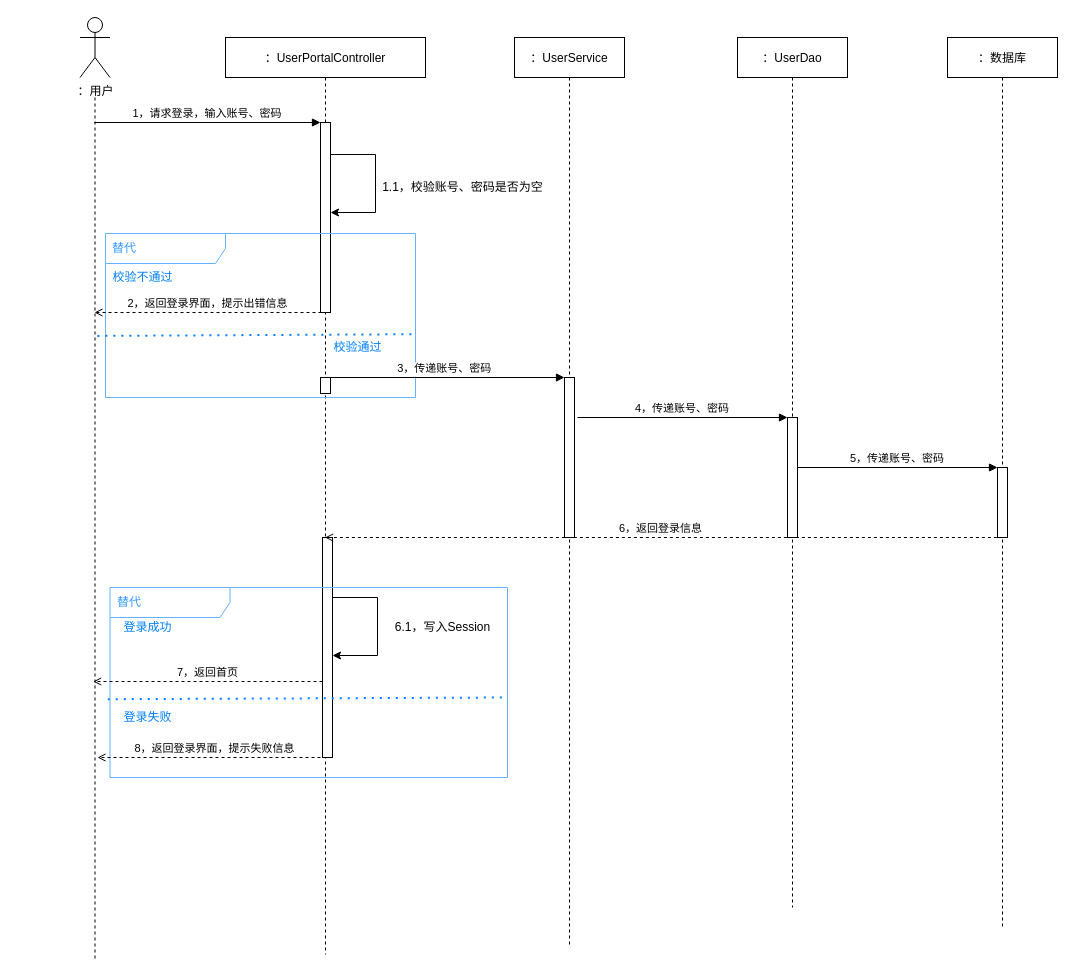
Above: Untitled Diagram.drawio in LMChen-git/image1 (draw.io), before the change. Source tidied: cells renumbered, new cells numbered last; positions are measured from the earlier drawing's top-left corner, leaving out a move shared by most shapes. Both pictures are drawn from the tidied source at 100%, with x=0, y=0 at pixel (17, 17).
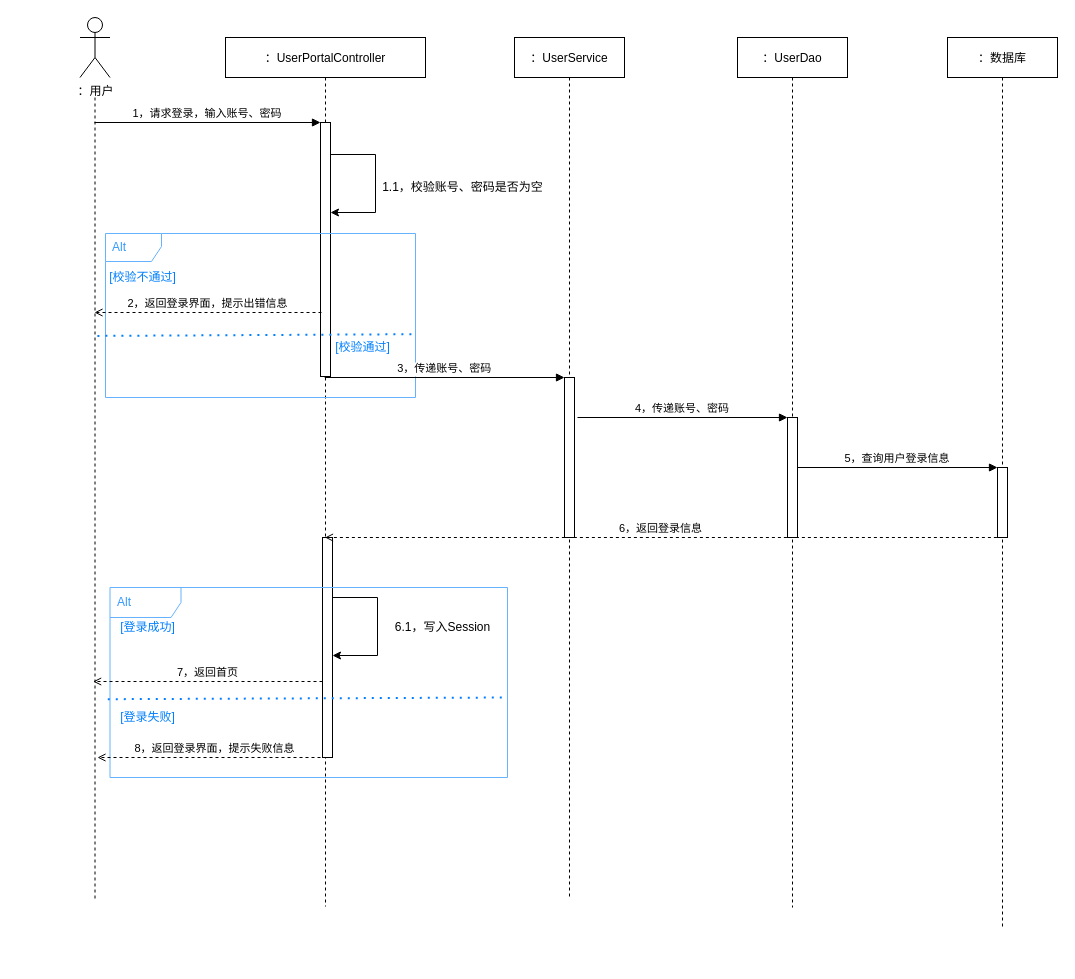
The same diagram, later.

Change to the diagram source:
```diff
@@
-<mxGraphModel background="#FFFFFF">
+<mxGraphModel>
@@
     <mxCell id="2" value="：UserPortalController" style="shape=umlLifeline;perimeter=lifelinePerimeter;rounded=0;shadow=0;strokeWidth=1;" parent="1" vertex="1">
-      <mxGeometry x="208" y="20" width="200" height="917" as="geometry" />
+      <mxGeometry x="208" y="20" width="200" height="869" as="geometry" />
     </mxCell>
     <mxCell id="3" style="points=[];perimeter=orthogonalPerimeter;rounded=0;shadow=0;strokeWidth=1;" parent="2" vertex="1">
-      <mxGeometry x="95" y="85" width="10" height="190" as="geometry" />
+      <mxGeometry x="95" y="85" width="10" height="254" as="geometry" />
     </mxCell>
@@
-    <mxCell id="5" value="&lt;font color=&quot;#3399ff&quot;&gt;替代&lt;/font&gt;" style="shape=umlFrame;whiteSpace=wrap;html=1;width=120;height=30;boundedLbl=1;verticalAlign=middle;align=left;spacingLeft=5;strokeColor=#66B2FF;" parent="2" vertex="1">
+    <mxCell id="5" value="&lt;font color=&quot;#3399ff&quot;&gt;Alt&lt;/font&gt;" style="shape=umlFrame;whiteSpace=wrap;html=1;width=56;height=28;boundedLbl=1;verticalAlign=middle;align=left;spacingLeft=5;strokeColor=#66B2FF;" parent="2" vertex="1">
       <mxGeometry x="-120" y="196" width="310" height="164" as="geometry" />
     </mxCell>
@@
-    <mxCell id="8" style="perimeter=orthogonalPerimeter;rounded=0;shadow=0;strokeWidth=1;" parent="2" vertex="1">
-      <mxGeometry x="95" y="340" width="10" height="16" as="geometry" />
-    </mxCell>
-    <mxCell id="9" value="校验通过" style="text;html=1;strokeColor=none;fillColor=none;align=center;verticalAlign=middle;whiteSpace=wrap;rounded=0;fontColor=#007FFF;" parent="2" vertex="1">
-      <mxGeometry x="95" y="300" width="75" height="20" as="geometry" />
+    <mxCell id="9" value="[校验通过]" style="text;html=1;strokeColor=none;fillColor=none;align=center;verticalAlign=middle;whiteSpace=wrap;rounded=0;fontColor=#007FFF;" parent="2" vertex="1">
+      <mxGeometry x="100" y="300" width="75" height="20" as="geometry" />
     </mxCell>
-    <mxCell id="10" value="校验不通过" style="text;html=1;strokeColor=none;fillColor=none;align=center;verticalAlign=middle;whiteSpace=wrap;rounded=0;fontColor=#007FFF;" parent="2" vertex="1">
+    <mxCell id="10" value="[校验不通过]" style="text;html=1;strokeColor=none;fillColor=none;align=center;verticalAlign=middle;whiteSpace=wrap;rounded=0;fontColor=#007FFF;" parent="2" vertex="1">
       <mxGeometry x="-120" y="230" width="75" height="20" as="geometry" />
     </mxCell>
@@
     <mxCell id="13" style="shape=umlLifeline;perimeter=lifelinePerimeter;html=1;outlineConnect=0;size=0;" parent="1" vertex="1">
-      <mxGeometry y="80" width="155" height="864" as="geometry" />
+      <mxGeometry y="80" width="155" height="804" as="geometry" />
     </mxCell>
     <mxCell id="14" value="：UserService" style="shape=umlLifeline;perimeter=lifelinePerimeter;rounded=0;shadow=0;strokeWidth=1;" parent="1" vertex="1">
-      <mxGeometry x="497" y="20" width="110" height="907" as="geometry" />
+      <mxGeometry x="497" y="20" width="110" height="859" as="geometry" />
     </mxCell>
@@
-    <mxCell id="23" value="5，传递账号、密码" style="verticalAlign=bottom;endArrow=block;shadow=0;strokeWidth=1;" parent="1" edge="1">
+    <mxCell id="23" value="5，查询用户登录信息" style="verticalAlign=bottom;endArrow=block;shadow=0;strokeWidth=1;" parent="1" edge="1">
       <mxGeometry relative="1" as="geometry">
         <mxPoint x="780" y="450" as="sourcePoint" />
         <mxPoint x="980" y="450" as="targetPoint" />
       </mxGeometry>
     </mxCell>
@@
-    <mxCell id="28" value="&lt;font color=&quot;#3399ff&quot;&gt;替代&lt;/font&gt;" style="shape=umlFrame;whiteSpace=wrap;html=1;width=120;height=30;boundedLbl=1;verticalAlign=middle;align=left;spacingLeft=5;strokeColor=#66B2FF;" parent="1" vertex="1">
+    <mxCell id="28" value="&lt;span style=&quot;color: rgb(51 , 153 , 255)&quot;&gt;Alt&lt;/span&gt;" style="shape=umlFrame;whiteSpace=wrap;html=1;width=71;height=30;boundedLbl=1;verticalAlign=middle;align=left;spacingLeft=5;strokeColor=#66B2FF;" parent="1" vertex="1">
       <mxGeometry x="92.5" y="570" width="397.5" height="190" as="geometry" />
     </mxCell>
-    <mxCell id="29" value="登录失败" style="text;html=1;strokeColor=none;fillColor=none;align=center;verticalAlign=middle;whiteSpace=wrap;rounded=0;fontColor=#007FFF;" parent="1" vertex="1">
+    <mxCell id="29" value="[登录失败]" style="text;html=1;strokeColor=none;fillColor=none;align=center;verticalAlign=middle;whiteSpace=wrap;rounded=0;fontColor=#007FFF;" parent="1" vertex="1">
       <mxGeometry x="92.5" y="690" width="75" height="20" as="geometry" />
     </mxCell>
-    <mxCell id="30" value="登录成功" style="text;html=1;strokeColor=none;fillColor=none;align=center;verticalAlign=middle;whiteSpace=wrap;rounded=0;fontColor=#007FFF;" parent="1" vertex="1">
+    <mxCell id="30" value="[登录成功]" style="text;html=1;strokeColor=none;fillColor=none;align=center;verticalAlign=middle;whiteSpace=wrap;rounded=0;fontColor=#007FFF;" parent="1" vertex="1">
       <mxGeometry x="92.5" y="600" width="75" height="20" as="geometry" />
     </mxCell>
```
